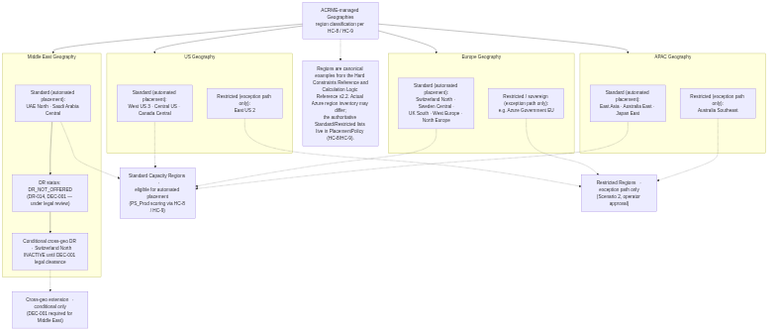
vishnu4573/acrme-capacity-reservation keeps this Mermaid diagram as docs/diagrams/tdd/T17.png. Above is the earlier version. Its source is kept beside it as docs/diagrams/tdd/T17.mmd. Source of this version:
```mermaid
flowchart TD
    ROOT[ACRME-managed Geographies<br/>region classification per HC-8 / HC-9]

    ROOT --> US
    ROOT --> EU
    ROOT --> ME
    ROOT --> APAC

    subgraph US["US Geography"]
      direction TB
      USS["Standard (automated placement):<br/>West US 3 · Central US · Canada Central"]
      USR["Restricted (exception path only):<br/>East US 2"]
    end

    subgraph EU["Europe Geography"]
      direction TB
      EUS["Standard (automated placement):<br/>Switzerland North · Sweden Central ·<br/>UK South · West Europe · North Europe"]
      EUR["Restricted / sovereign (exception path only):<br/>e.g. Azure Government EU"]
    end

    subgraph ME["Middle East Geography"]
      direction TB
      MES["Standard (automated placement):<br/>UAE North · Saudi Arabia Central"]
      MEDR["DR status: DR_NOT_OFFERED<br/>(DR-014, DEC-001 — under legal review)"]
      MEX["Conditional cross-geo DR → Switzerland North<br/>INACTIVE until DEC-001 legal clearance"]
      MES --> MEDR --> MEX
    end

    subgraph APAC["APAC Geography"]
      direction TB
      APS["Standard (automated placement):<br/>East Asia · Australia East · Japan East"]
      APR["Restricted (exception path only):<br/>Australia Southeast"]
    end

    STD["Standard Capacity Regions →<br/>eligible for automated placement<br/>(PS_Prod scoring via HC-8 / HC-9)"]
    RES["Restricted Regions →<br/>exception path only<br/>(Scenario 2, operator approval)"]
    XGEO["Cross-geo extension →<br/>conditional only<br/>(DEC-001 required for Middle East)"]

    USS -.-> STD
    EUS -.-> STD
    MES -.-> STD
    APS -.-> STD
    USR -.-> RES
    EUR -.-> RES
    APR -.-> RES
    MEX -.-> XGEO

    NOTE["Regions are canonical examples from the Hard Constraints Reference and<br/>Calculation Logic Reference v2.2. Actual Azure region inventory may differ;<br/>the authoritative Standard/Restricted lists live in PlacementPolicy (HC-8/HC-9)."]
    ROOT -.-> NOTE
```
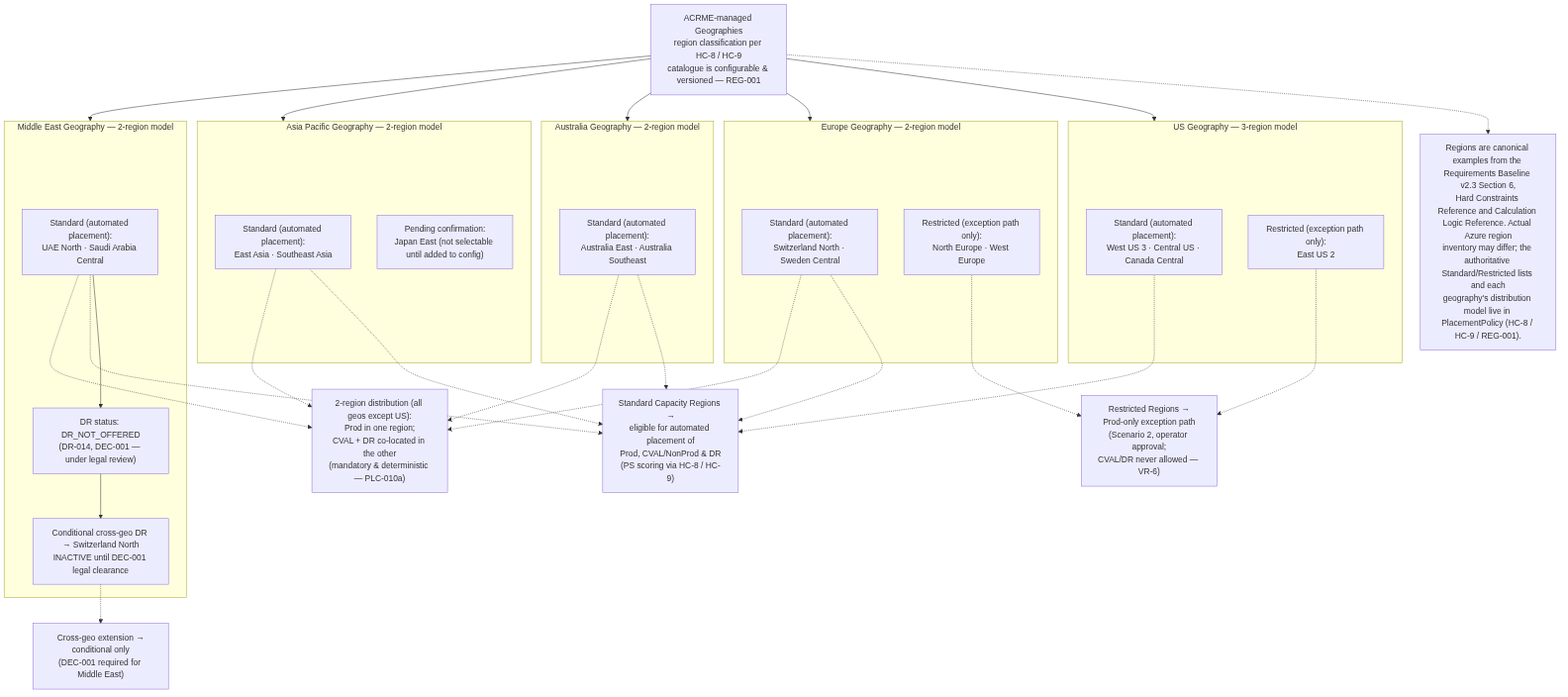
Above is the later version.

Change to the diagram source:
```diff
@@ -1,24 +1,36 @@
 flowchart TD
-    ROOT[ACRME-managed Geographies<br/>region classification per HC-8 / HC-9]
+    ROOT[ACRME-managed Geographies<br/>region classification per HC-8 / HC-9<br/>catalogue is configurable & versioned — REG-001]
 
     ROOT --> US
     ROOT --> EU
+    ROOT --> AU
+    ROOT --> APAC
     ROOT --> ME
-    ROOT --> APAC
 
-    subgraph US["US Geography"]
+    subgraph US["US Geography — 3-region model"]
       direction TB
       USS["Standard (automated placement):<br/>West US 3 · Central US · Canada Central"]
       USR["Restricted (exception path only):<br/>East US 2"]
     end
 
-    subgraph EU["Europe Geography"]
+    subgraph EU["Europe Geography — 2-region model"]
       direction TB
-      EUS["Standard (automated placement):<br/>Switzerland North · Sweden Central ·<br/>UK South · West Europe · North Europe"]
-      EUR["Restricted / sovereign (exception path only):<br/>e.g. Azure Government EU"]
+      EUS["Standard (automated placement):<br/>Switzerland North · Sweden Central"]
+      EUR["Restricted (exception path only):<br/>North Europe · West Europe"]
     end
 
-    subgraph ME["Middle East Geography"]
+    subgraph AU["Australia Geography — 2-region model"]
+      direction TB
+      AUS["Standard (automated placement):<br/>Australia East · Australia Southeast"]
+    end
+
+    subgraph APAC["Asia Pacific Geography — 2-region model"]
+      direction TB
+      APS["Standard (automated placement):<br/>East Asia · Southeast Asia"]
+      APP["Pending confirmation:<br/>Japan East (not selectable until added to config)"]
+    end
+
+    subgraph ME["Middle East Geography — 2-region model"]
       direction TB
       MES["Standard (automated placement):<br/>UAE North · Saudi Arabia Central"]
       MEDR["DR status: DR_NOT_OFFERED<br/>(DR-014, DEC-001 — under legal review)"]
@@ -26,24 +38,24 @@
       MES --> MEDR --> MEX
     end
 
-    subgraph APAC["APAC Geography"]
-      direction TB
-      APS["Standard (automated placement):<br/>East Asia · Australia East · Japan East"]
-      APR["Restricted (exception path only):<br/>Australia Southeast"]
-    end
-
-    STD["Standard Capacity Regions →<br/>eligible for automated placement<br/>(PS_Prod scoring via HC-8 / HC-9)"]
-    RES["Restricted Regions →<br/>exception path only<br/>(Scenario 2, operator approval)"]
+    STD["Standard Capacity Regions →<br/>eligible for automated placement of<br/>Prod, CVAL/NonProd & DR<br/>(PS scoring via HC-8 / HC-9)"]
+    RES["Restricted Regions →<br/>Prod-only exception path<br/>(Scenario 2, operator approval;<br/>CVAL/DR never allowed — VR-6)"]
+    COLO["2-region distribution (all geos except US):<br/>Prod in one region;<br/>CVAL + DR co-located in the other<br/>(mandatory & deterministic — PLC-010a)"]
     XGEO["Cross-geo extension →<br/>conditional only<br/>(DEC-001 required for Middle East)"]
 
     USS -.-> STD
     EUS -.-> STD
+    AUS -.-> STD
+    APS -.-> STD
     MES -.-> STD
-    APS -.-> STD
     USR -.-> RES
     EUR -.-> RES
-    APR -.-> RES
     MEX -.-> XGEO
 
-    NOTE["Regions are canonical examples from the Hard Constraints Reference and<br/>Calculation Logic Reference v2.2. Actual Azure region inventory may differ;<br/>the authoritative Standard/Restricted lists live in PlacementPolicy (HC-8/HC-9)."]
+    EUS -.-> COLO
+    AUS -.-> COLO
+    APS -.-> COLO
+    MES -.-> COLO
+
+    NOTE["Regions are canonical examples from the Requirements Baseline v2.3 Section 6,<br/>Hard Constraints Reference and Calculation Logic Reference. Actual Azure region<br/>inventory may differ; the authoritative Standard/Restricted lists and each<br/>geography's distribution model live in PlacementPolicy (HC-8 / HC-9 / REG-001)."]
     ROOT -.-> NOTE
```
